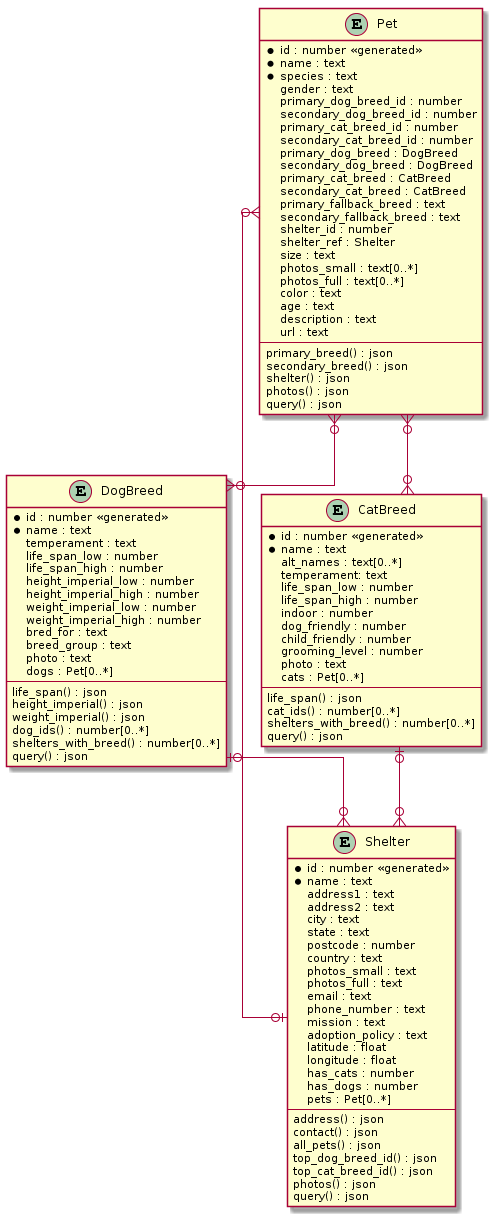
Before: PlantUML.png, a diagram exported from PlantUML (efortanely/Pets4Me).
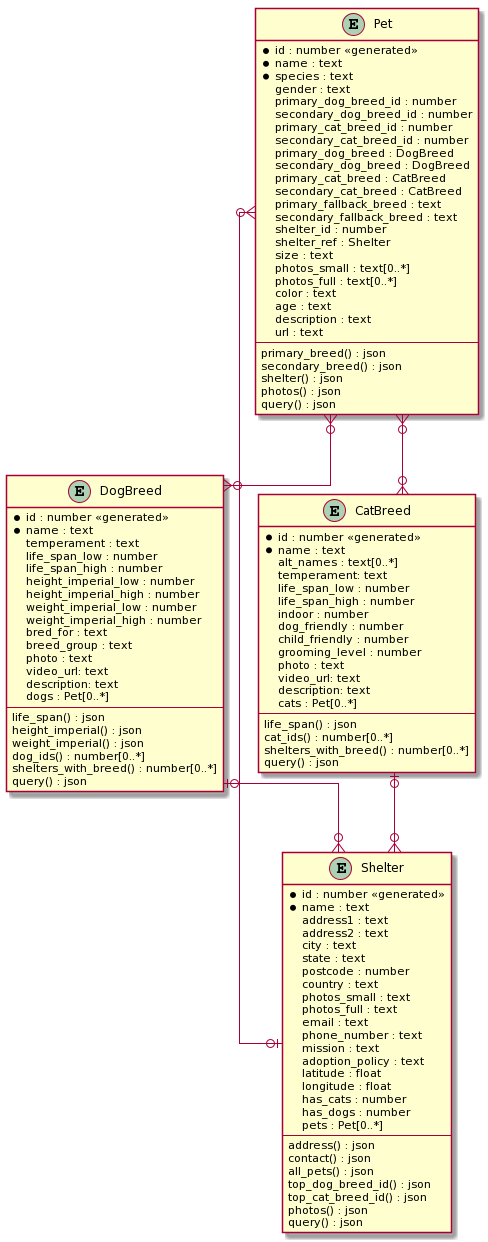
After the change.

Commit message:
Updated UML diagram

Change to the diagram source:
```diff
@@ -2,109 +2,112 @@
 skinparam linetype ortho
 
 entity "Pet" as p {
-    *id : number <<generated>>
-    *name : text
-    *species : text
-    gender : text
-    primary_dog_breed_id : number
-    secondary_dog_breed_id : number
-    primary_cat_breed_id : number
-    secondary_cat_breed_id : number
-    primary_dog_breed : DogBreed
-    secondary_dog_breed : DogBreed
-    primary_cat_breed : CatBreed
-    secondary_cat_breed : CatBreed
-    primary_fallback_breed : text
-    secondary_fallback_breed : text
-    shelter_id : number
-    shelter_ref : Shelter
-    size : text
-    photos_small : text[0..*]
-    photos_full : text[0..*]
-    color : text
-    age : text
-    description : text
-    url : text
-    --
-    primary_breed() : json
-    secondary_breed() : json
-    shelter() : json
-    photos() : json
-    query() : json
+	*id : number <<generated>>
+	*name : text
+	*species : text
+	gender : text
+	primary_dog_breed_id : number
+	secondary_dog_breed_id : number
+	primary_cat_breed_id : number
+	secondary_cat_breed_id : number
+	primary_dog_breed : DogBreed
+	secondary_dog_breed : DogBreed
+	primary_cat_breed : CatBreed
+	secondary_cat_breed : CatBreed
+	primary_fallback_breed : text
+	secondary_fallback_breed : text
+	shelter_id : number
+	shelter_ref : Shelter
+	size : text
+	photos_small : text[0..*]
+	photos_full : text[0..*]
+	color : text
+	age : text
+	description : text
+	url : text
+	--
+	primary_breed() : json
+	secondary_breed() : json
+	shelter() : json
+	photos() : json
+	query() : json
 }
 
 entity "DogBreed" as d {
-    *id : number <<generated>>
-    *name : text
-    temperament : text
-    life_span_low : number
-    life_span_high : number
-    height_imperial_low : number
-    height_imperial_high : number
-    weight_imperial_low : number
-    weight_imperial_high : number
-    bred_for : text
-    breed_group : text
-    photo : text
-    dogs : Pet[0..*]
-    --
-    life_span() : json
-    height_imperial() : json
-    weight_imperial() : json
-    dog_ids() : number[0..*]
-    shelters_with_breed() : number[0..*]
-	query() : json
+	*id : number <<generated>>
+	*name : text
+	temperament : text
+	life_span_low : number
+	life_span_high : number
+	height_imperial_low : number
+	height_imperial_high : number
+	weight_imperial_low : number
+	weight_imperial_high : number
+	bred_for : text
+	breed_group : text
+	photo : text
+	video_url: text
+	description: text
+	dogs : Pet[0..*]
+	--
+	life_span() : json
+	height_imperial() : json
+	weight_imperial() : json
+	dog_ids() : number[0..*]
+	shelters_with_breed() : number[0..*]
+query() : json
 }
 
-entity "CatBreed" as c {
-    *id : number <<generated>>
-    *name : text
-    alt_names : text[0..*]
-    temperament: text
-    life_span_low : number
-    life_span_high : number
-    indoor : number
-    dog_friendly : number
-    child_friendly : number
-    grooming_level : number
-    photo : text
-    cats : Pet[0..*]
-    --
-    life_span() : json
-    cat_ids() : number[0..*]
-	shelters_with_breed() : number[0..*]
-	query() : json
+entity “CatBreed" as c {
+*id : number <<generated>>
+	*name : text
+	alt_names : text[0..*]
+	temperament: text
+	life_span_low : number
+	life_span_high : number
+	indoor : number
+	dog_friendly : number
+	child_friendly : number
+	grooming_level : number
+	photo : text
+	video_url: text
+	description: text
+	cats : Pet[0..*]
+--
+	life_span() : json
+	cat_ids() : number[0..*]
+shelters_with_breed() : number[0..*]
+query() : json
 }
 
-
 entity “Shelter" as s {
-    *id : number <<generated>>
-    *name : text
-    address1 : text
-    address2 : text
-    city : text
-    state : text
-    postcode : number
-    country : text
-    photos_small : text
-    photos_full : text
-    email : text
-    phone_number : text
-    mission : text
-    adoption_policy : text
-    latitude : float
-    longitude : float
-    has_cats : number
-    has_dogs : number
-    pets : Pet[0..*]
-    --
-    address() : json
-    contact() : json
-    all_pets() : json
-    top_dog_breed_id() : json
-    top_cat_breed_id() : json
-    photos() : json
-    query() : json
+	*id : number <<generated>>
+	*name : text
+	address1 : text
+	address2 : text
+	city : text
+	state : text
+	postcode : number
+	country : text
+	photos_small : text
+	photos_full : text
+	email : text
+	phone_number : text
+	mission : text
+	adoption_policy : text
+	latitude : float
+	longitude : float
+	has_cats : number
+	has_dogs : number
+	pets : Pet[0..*]
+	--
+	address() : json
+	contact() : json
+	all_pets() : json
+	top_dog_breed_id() : json
+	top_cat_breed_id() : json
+	photos() : json
+	query() : json
 }
 
 p }o--o{ c
```
